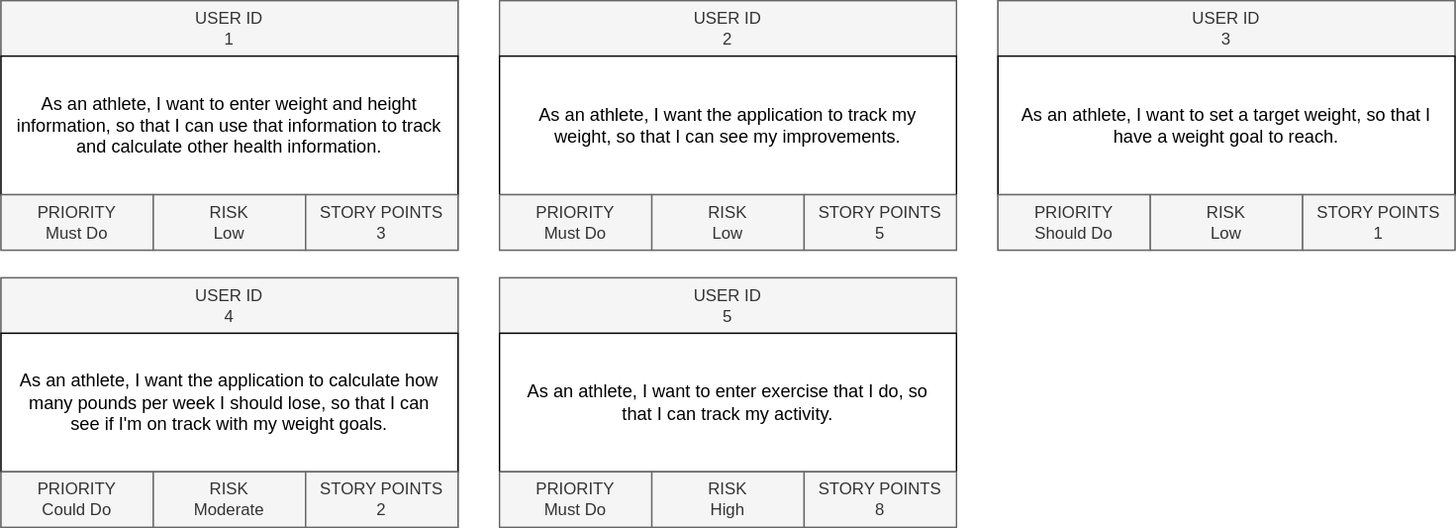
HenrikSamuelsson/course-introduction-to-software-product-management keeps this draw.io diagram as assignment-release-plan.svg. Above is the earlier version. Source tidied: cells renumbered, new cells last; positions are measured from the earlier drawing's top-left corner, leaving out a move shared by most shapes.
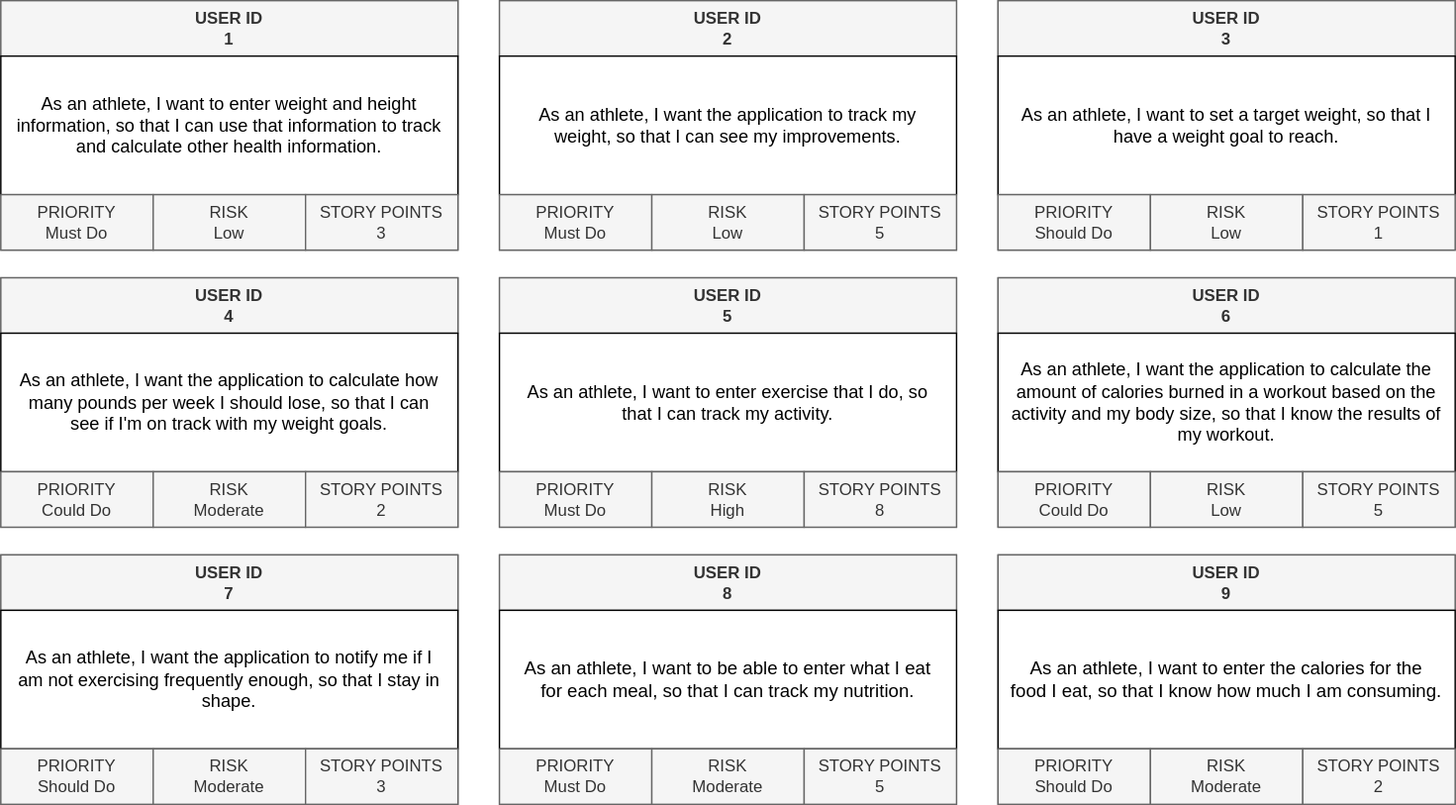
The same file after the commit.

Commit message:
Add more use case cards.

What changed in the source:
```diff
@@ -5,7 +5,7 @@
     <mxCell id="2" style="group;fillColor=#f5f5f5;fontColor=#333333;strokeColor=#666666;spacingLeft=8;spacingRight=8;" parent="1" vertex="1">
       <mxGeometry width="330" height="180" as="geometry" />
     </mxCell>
-    <mxCell id="3" value="USER ID &lt;br&gt;1" style="rounded=0;whiteSpace=wrap;html=1;fillColor=#f5f5f5;fontColor=#333333;strokeColor=#666666;spacingLeft=8;spacingRight=8;" parent="2" vertex="1">
+    <mxCell id="3" value="&lt;b&gt;USER ID &lt;br&gt;1&lt;/b&gt;" style="rounded=0;whiteSpace=wrap;html=1;fillColor=#f5f5f5;fontColor=#333333;strokeColor=#666666;spacingLeft=8;spacingRight=8;" parent="2" vertex="1">
       <mxGeometry width="330" height="40" as="geometry" />
     </mxCell>
     <mxCell id="4" value="&lt;span style=&quot;font-family: Arial; font-size: 13px; text-align: left; background-color: rgb(255, 255, 255);&quot;&gt;As an athlete, I want to enter weight and height information, so that I can use that information to track and calculate other health information.&lt;/span&gt;" style="rounded=0;whiteSpace=wrap;html=1;spacingLeft=8;spacingRight=8;" parent="2" vertex="1">
@@ -23,7 +23,7 @@
     <mxCell id="8" style="group;fillColor=#f5f5f5;fontColor=#333333;strokeColor=#666666;spacingLeft=8;spacingRight=8;" parent="1" vertex="1">
       <mxGeometry x="360" width="330" height="180" as="geometry" />
     </mxCell>
-    <mxCell id="9" value="USER ID &lt;br&gt;2" style="rounded=0;whiteSpace=wrap;html=1;fillColor=#f5f5f5;fontColor=#333333;strokeColor=#666666;align=center;spacingLeft=8;spacingRight=8;" parent="8" vertex="1">
+    <mxCell id="9" value="USER ID &lt;br&gt;2" style="rounded=0;whiteSpace=wrap;html=1;fillColor=#f5f5f5;fontColor=#333333;strokeColor=#666666;align=center;spacingLeft=8;spacingRight=8;fontStyle=1;" parent="8" vertex="1">
       <mxGeometry width="330" height="40" as="geometry" />
     </mxCell>
     <mxCell id="10" value="&lt;span style=&quot;font-family: Arial; font-size: 13px; text-align: left; background-color: rgb(255, 255, 255);&quot;&gt;As an athlete, I want the application to track my weight, so that I can see my improvements. &lt;/span&gt;" style="rounded=0;whiteSpace=wrap;html=1;spacingLeft=8;spacingRight=8;" parent="8" vertex="1">
@@ -41,7 +41,7 @@
     <mxCell id="14" style="group;fillColor=#f5f5f5;fontColor=#333333;strokeColor=#666666;spacingLeft=8;spacingRight=8;" parent="1" vertex="1">
       <mxGeometry x="720" width="330" height="180" as="geometry" />
     </mxCell>
-    <mxCell id="15" value="USER ID &lt;br&gt;3" style="rounded=0;whiteSpace=wrap;html=1;fillColor=#f5f5f5;fontColor=#333333;strokeColor=#666666;align=center;spacingLeft=8;spacingRight=8;" parent="14" vertex="1">
+    <mxCell id="15" value="USER ID &lt;br&gt;3" style="rounded=0;whiteSpace=wrap;html=1;fillColor=#f5f5f5;fontColor=#333333;strokeColor=#666666;align=center;spacingLeft=8;spacingRight=8;fontStyle=1;" parent="14" vertex="1">
       <mxGeometry width="330" height="40" as="geometry" />
     </mxCell>
     <mxCell id="16" value="&lt;span style=&quot;font-family: Arial; font-size: 13px; text-align: left; background-color: rgb(255, 255, 255);&quot;&gt;As an athlete, I want to set a target weight, so that I have a weight goal to reach. &lt;/span&gt;" style="rounded=0;whiteSpace=wrap;html=1;spacingLeft=8;spacingRight=8;" parent="14" vertex="1">
@@ -59,7 +59,7 @@
     <mxCell id="20" style="group;fillColor=#f5f5f5;fontColor=#333333;strokeColor=#666666;spacingLeft=8;spacingRight=8;" parent="1" vertex="1">
       <mxGeometry y="200" width="330" height="180" as="geometry" />
     </mxCell>
-    <mxCell id="21" value="USER ID &lt;br&gt;4" style="rounded=0;whiteSpace=wrap;html=1;fillColor=#f5f5f5;fontColor=#333333;strokeColor=#666666;align=center;spacingLeft=8;spacingRight=8;" parent="20" vertex="1">
+    <mxCell id="21" value="&lt;b&gt;USER ID &lt;br&gt;4&lt;/b&gt;" style="rounded=0;whiteSpace=wrap;html=1;fillColor=#f5f5f5;fontColor=#333333;strokeColor=#666666;align=center;spacingLeft=8;spacingRight=8;" parent="20" vertex="1">
       <mxGeometry width="330" height="40" as="geometry" />
     </mxCell>
     <mxCell id="22" value="&lt;span style=&quot;font-family: Arial; font-size: 13px; text-align: left; background-color: rgb(255, 255, 255);&quot;&gt;As an athlete, I want the application to calculate how many pounds per week I should lose, so that I can see if I'm on track with my weight goals.&lt;/span&gt;" style="rounded=0;whiteSpace=wrap;html=1;spacingLeft=8;spacingRight=8;" parent="20" vertex="1">
@@ -77,7 +77,7 @@
     <mxCell id="26" style="group;fillColor=#f5f5f5;fontColor=#333333;strokeColor=#666666;spacingLeft=8;spacingRight=8;" parent="1" vertex="1">
       <mxGeometry x="360" y="200" width="330" height="180" as="geometry" />
     </mxCell>
-    <mxCell id="27" value="USER ID &lt;br&gt;5" style="rounded=0;whiteSpace=wrap;html=1;fillColor=#f5f5f5;fontColor=#333333;strokeColor=#666666;align=center;spacingLeft=8;spacingRight=8;" parent="26" vertex="1">
+    <mxCell id="27" value="&lt;b&gt;USER ID &lt;br&gt;5&lt;/b&gt;" style="rounded=0;whiteSpace=wrap;html=1;fillColor=#f5f5f5;fontColor=#333333;strokeColor=#666666;align=center;spacingLeft=8;spacingRight=8;" parent="26" vertex="1">
       <mxGeometry width="330" height="40" as="geometry" />
     </mxCell>
     <mxCell id="28" value="&lt;span style=&quot;font-family: Arial; font-size: 13px; text-align: left; background-color: rgb(255, 255, 255);&quot;&gt;As an athlete, I want to enter exercise that I do, so that I can track my activity. &lt;/span&gt;" style="rounded=0;whiteSpace=wrap;html=1;spacingLeft=8;spacingRight=8;" parent="26" vertex="1">
@@ -92,5 +92,77 @@
     <mxCell id="31" value="STORY POINTS&lt;br&gt;8" style="rounded=0;whiteSpace=wrap;html=1;fillColor=#f5f5f5;fontColor=#333333;strokeColor=#666666;spacingLeft=8;spacingRight=8;" parent="26" vertex="1">
       <mxGeometry x="220" y="140" width="110" height="40" as="geometry" />
     </mxCell>
+    <mxCell id="32" style="group;fillColor=#f5f5f5;fontColor=#333333;strokeColor=#666666;spacingLeft=8;spacingRight=8;" parent="1" vertex="1">
+      <mxGeometry x="720" y="200" width="330" height="180" as="geometry" />
+    </mxCell>
+    <mxCell id="33" value="&lt;b&gt;USER ID &lt;br&gt;6&lt;br&gt;&lt;/b&gt;" style="rounded=0;whiteSpace=wrap;html=1;fillColor=#f5f5f5;fontColor=#333333;strokeColor=#666666;align=center;spacingLeft=8;spacingRight=8;" parent="32" vertex="1">
+      <mxGeometry width="330" height="40" as="geometry" />
+    </mxCell>
+    <mxCell id="34" value="&lt;span style=&quot;font-family: Arial; font-size: 13px; text-align: left; background-color: rgb(255, 255, 255);&quot;&gt;As an athlete, I want the application to calculate the amount of calories burned in a workout based on the activity and my body size, so that I know the results of my workout. &lt;/span&gt;" style="rounded=0;whiteSpace=wrap;html=1;spacingLeft=8;spacingRight=8;" parent="32" vertex="1">
+      <mxGeometry y="40" width="330" height="100" as="geometry" />
+    </mxCell>
+    <mxCell id="35" value="PRIORITY&lt;br&gt;Could Do" style="rounded=0;whiteSpace=wrap;html=1;fillColor=#f5f5f5;fontColor=#333333;strokeColor=#666666;spacingLeft=8;spacingRight=8;" parent="32" vertex="1">
+      <mxGeometry y="140" width="110" height="40" as="geometry" />
+    </mxCell>
+    <mxCell id="36" value="RISK&lt;br&gt;Low" style="rounded=0;whiteSpace=wrap;html=1;fillColor=#f5f5f5;fontColor=#333333;strokeColor=#666666;spacingLeft=8;spacingRight=8;" parent="32" vertex="1">
+      <mxGeometry x="110" y="140" width="110" height="40" as="geometry" />
+    </mxCell>
+    <mxCell id="37" value="STORY POINTS&lt;br&gt;5" style="rounded=0;whiteSpace=wrap;html=1;fillColor=#f5f5f5;fontColor=#333333;strokeColor=#666666;spacingLeft=8;spacingRight=8;" parent="32" vertex="1">
+      <mxGeometry x="220" y="140" width="110" height="40" as="geometry" />
+    </mxCell>
+    <mxCell id="38" style="group;fillColor=#f5f5f5;fontColor=#333333;strokeColor=#666666;spacingLeft=8;spacingRight=8;" parent="1" vertex="1">
+      <mxGeometry y="400" width="330" height="180" as="geometry" />
+    </mxCell>
+    <mxCell id="39" value="&lt;b&gt;USER ID &lt;br&gt;7&lt;br&gt;&lt;/b&gt;" style="rounded=0;whiteSpace=wrap;html=1;fillColor=#f5f5f5;fontColor=#333333;strokeColor=#666666;align=center;spacingLeft=8;spacingRight=8;" parent="38" vertex="1">
+      <mxGeometry width="330" height="40" as="geometry" />
+    </mxCell>
+    <mxCell id="40" value="&lt;span style=&quot;font-family: Arial; font-size: 13px; text-align: left; background-color: rgb(255, 255, 255);&quot;&gt;As an athlete, I want the application to notify me if I am not exercising frequently enough, so that I stay in shape.&lt;/span&gt;" style="rounded=0;whiteSpace=wrap;html=1;spacingLeft=8;spacingRight=8;" parent="38" vertex="1">
+      <mxGeometry y="40" width="330" height="100" as="geometry" />
+    </mxCell>
+    <mxCell id="41" value="PRIORITY&lt;br&gt;Should Do" style="rounded=0;whiteSpace=wrap;html=1;fillColor=#f5f5f5;fontColor=#333333;strokeColor=#666666;spacingLeft=8;spacingRight=8;" parent="38" vertex="1">
+      <mxGeometry y="140" width="110" height="40" as="geometry" />
+    </mxCell>
+    <mxCell id="42" value="RISK&lt;br&gt;Moderate" style="rounded=0;whiteSpace=wrap;html=1;fillColor=#f5f5f5;fontColor=#333333;strokeColor=#666666;spacingLeft=8;spacingRight=8;" parent="38" vertex="1">
+      <mxGeometry x="110" y="140" width="110" height="40" as="geometry" />
+    </mxCell>
+    <mxCell id="43" value="STORY POINTS&lt;br&gt;3" style="rounded=0;whiteSpace=wrap;html=1;fillColor=#f5f5f5;fontColor=#333333;strokeColor=#666666;spacingLeft=8;spacingRight=8;" parent="38" vertex="1">
+      <mxGeometry x="220" y="140" width="110" height="40" as="geometry" />
+    </mxCell>
+    <mxCell id="44" style="group;fillColor=#f5f5f5;fontColor=#333333;strokeColor=#666666;spacingLeft=8;spacingRight=8;" parent="1" vertex="1">
+      <mxGeometry x="360" y="400" width="330" height="180" as="geometry" />
+    </mxCell>
+    <mxCell id="45" value="&lt;b&gt;USER ID &lt;br&gt;8&lt;br&gt;&lt;/b&gt;" style="rounded=0;whiteSpace=wrap;html=1;fillColor=#f5f5f5;fontColor=#333333;strokeColor=#666666;align=center;spacingLeft=8;spacingRight=8;" parent="44" vertex="1">
+      <mxGeometry width="330" height="40" as="geometry" />
+    </mxCell>
+    <mxCell id="46" value="&lt;span style=&quot;text-align: start; font-size: 10pt; font-family: Arial;&quot; data-sheets-userformat=&quot;{&amp;quot;2&amp;quot;:12605,&amp;quot;3&amp;quot;:{&amp;quot;1&amp;quot;:0,&amp;quot;3&amp;quot;:1},&amp;quot;5&amp;quot;:{&amp;quot;1&amp;quot;:[{&amp;quot;1&amp;quot;:2,&amp;quot;2&amp;quot;:0,&amp;quot;5&amp;quot;:{&amp;quot;1&amp;quot;:2,&amp;quot;2&amp;quot;:15921906}},{&amp;quot;1&amp;quot;:0,&amp;quot;2&amp;quot;:0,&amp;quot;3&amp;quot;:3},{&amp;quot;1&amp;quot;:1,&amp;quot;2&amp;quot;:0,&amp;quot;4&amp;quot;:1}]},&amp;quot;6&amp;quot;:{&amp;quot;1&amp;quot;:[{&amp;quot;1&amp;quot;:2,&amp;quot;2&amp;quot;:0,&amp;quot;5&amp;quot;:{&amp;quot;1&amp;quot;:2,&amp;quot;2&amp;quot;:15921906}},{&amp;quot;1&amp;quot;:0,&amp;quot;2&amp;quot;:0,&amp;quot;3&amp;quot;:3},{&amp;quot;1&amp;quot;:1,&amp;quot;2&amp;quot;:0,&amp;quot;4&amp;quot;:1}]},&amp;quot;7&amp;quot;:{&amp;quot;1&amp;quot;:[{&amp;quot;1&amp;quot;:2,&amp;quot;2&amp;quot;:0,&amp;quot;5&amp;quot;:{&amp;quot;1&amp;quot;:2,&amp;quot;2&amp;quot;:0}},{&amp;quot;1&amp;quot;:0,&amp;quot;2&amp;quot;:0,&amp;quot;3&amp;quot;:3},{&amp;quot;1&amp;quot;:1,&amp;quot;2&amp;quot;:0,&amp;quot;4&amp;quot;:1}]},&amp;quot;8&amp;quot;:{&amp;quot;1&amp;quot;:[{&amp;quot;1&amp;quot;:2,&amp;quot;2&amp;quot;:0,&amp;quot;5&amp;quot;:{&amp;quot;1&amp;quot;:2,&amp;quot;2&amp;quot;:0}},{&amp;quot;1&amp;quot;:0,&amp;quot;2&amp;quot;:0,&amp;quot;3&amp;quot;:3},{&amp;quot;1&amp;quot;:1,&amp;quot;2&amp;quot;:0,&amp;quot;4&amp;quot;:1}]},&amp;quot;11&amp;quot;:4,&amp;quot;15&amp;quot;:&amp;quot;Arial&amp;quot;,&amp;quot;16&amp;quot;:10}&quot;&gt;As an athlete, I want to be able to enter what I eat for each meal, so that I can track my nutrition.&lt;/span&gt;" style="rounded=0;whiteSpace=wrap;html=1;spacingLeft=8;spacingRight=8;" parent="44" vertex="1">
+      <mxGeometry y="40" width="330" height="100" as="geometry" />
+    </mxCell>
+    <mxCell id="47" value="PRIORITY&lt;br&gt;Must Do" style="rounded=0;whiteSpace=wrap;html=1;fillColor=#f5f5f5;fontColor=#333333;strokeColor=#666666;spacingLeft=8;spacingRight=8;" parent="44" vertex="1">
+      <mxGeometry y="140" width="110" height="40" as="geometry" />
+    </mxCell>
+    <mxCell id="48" value="RISK&lt;br&gt;Moderate" style="rounded=0;whiteSpace=wrap;html=1;fillColor=#f5f5f5;fontColor=#333333;strokeColor=#666666;spacingLeft=8;spacingRight=8;" parent="44" vertex="1">
+      <mxGeometry x="110" y="140" width="110" height="40" as="geometry" />
+    </mxCell>
+    <mxCell id="49" value="STORY POINTS&lt;br&gt;5" style="rounded=0;whiteSpace=wrap;html=1;fillColor=#f5f5f5;fontColor=#333333;strokeColor=#666666;spacingLeft=8;spacingRight=8;" parent="44" vertex="1">
+      <mxGeometry x="220" y="140" width="110" height="40" as="geometry" />
+    </mxCell>
+    <mxCell id="50" style="group;fillColor=#f5f5f5;fontColor=#333333;strokeColor=#666666;spacingLeft=8;spacingRight=8;" parent="1" vertex="1">
+      <mxGeometry x="720" y="400" width="330" height="180" as="geometry" />
+    </mxCell>
+    <mxCell id="51" value="&lt;b&gt;USER ID &lt;br&gt;9&lt;br&gt;&lt;/b&gt;" style="rounded=0;whiteSpace=wrap;html=1;fillColor=#f5f5f5;fontColor=#333333;strokeColor=#666666;align=center;spacingLeft=8;spacingRight=8;" parent="50" vertex="1">
+      <mxGeometry width="330" height="40" as="geometry" />
+    </mxCell>
+    <mxCell id="52" value="&lt;span style=&quot;text-align: start; font-size: 10pt; font-family: Arial;&quot; data-sheets-userformat=&quot;{&amp;quot;2&amp;quot;:12605,&amp;quot;3&amp;quot;:{&amp;quot;1&amp;quot;:0,&amp;quot;3&amp;quot;:1},&amp;quot;5&amp;quot;:{&amp;quot;1&amp;quot;:[{&amp;quot;1&amp;quot;:2,&amp;quot;2&amp;quot;:0,&amp;quot;5&amp;quot;:{&amp;quot;1&amp;quot;:2,&amp;quot;2&amp;quot;:15921906}},{&amp;quot;1&amp;quot;:0,&amp;quot;2&amp;quot;:0,&amp;quot;3&amp;quot;:3},{&amp;quot;1&amp;quot;:1,&amp;quot;2&amp;quot;:0,&amp;quot;4&amp;quot;:1}]},&amp;quot;6&amp;quot;:{&amp;quot;1&amp;quot;:[{&amp;quot;1&amp;quot;:2,&amp;quot;2&amp;quot;:0,&amp;quot;5&amp;quot;:{&amp;quot;1&amp;quot;:2,&amp;quot;2&amp;quot;:15921906}},{&amp;quot;1&amp;quot;:0,&amp;quot;2&amp;quot;:0,&amp;quot;3&amp;quot;:3},{&amp;quot;1&amp;quot;:1,&amp;quot;2&amp;quot;:0,&amp;quot;4&amp;quot;:1}]},&amp;quot;7&amp;quot;:{&amp;quot;1&amp;quot;:[{&amp;quot;1&amp;quot;:2,&amp;quot;2&amp;quot;:0,&amp;quot;5&amp;quot;:{&amp;quot;1&amp;quot;:2,&amp;quot;2&amp;quot;:0}},{&amp;quot;1&amp;quot;:0,&amp;quot;2&amp;quot;:0,&amp;quot;3&amp;quot;:3},{&amp;quot;1&amp;quot;:1,&amp;quot;2&amp;quot;:0,&amp;quot;4&amp;quot;:1}]},&amp;quot;8&amp;quot;:{&amp;quot;1&amp;quot;:[{&amp;quot;1&amp;quot;:2,&amp;quot;2&amp;quot;:0,&amp;quot;5&amp;quot;:{&amp;quot;1&amp;quot;:2,&amp;quot;2&amp;quot;:0}},{&amp;quot;1&amp;quot;:0,&amp;quot;2&amp;quot;:0,&amp;quot;3&amp;quot;:3},{&amp;quot;1&amp;quot;:1,&amp;quot;2&amp;quot;:0,&amp;quot;4&amp;quot;:1}]},&amp;quot;11&amp;quot;:4,&amp;quot;15&amp;quot;:&amp;quot;Arial&amp;quot;,&amp;quot;16&amp;quot;:10}&quot;&gt;As an athlete, I want to enter the calories for the food I eat, so that I know how much I am consuming.&lt;/span&gt;" style="rounded=0;whiteSpace=wrap;html=1;spacingLeft=8;spacingRight=8;" parent="50" vertex="1">
+      <mxGeometry y="40" width="330" height="100" as="geometry" />
+    </mxCell>
+    <mxCell id="53" value="PRIORITY&lt;br&gt;Should Do" style="rounded=0;whiteSpace=wrap;html=1;fillColor=#f5f5f5;fontColor=#333333;strokeColor=#666666;spacingLeft=8;spacingRight=8;" parent="50" vertex="1">
+      <mxGeometry y="140" width="110" height="40" as="geometry" />
+    </mxCell>
+    <mxCell id="54" value="RISK&lt;br&gt;Moderate" style="rounded=0;whiteSpace=wrap;html=1;fillColor=#f5f5f5;fontColor=#333333;strokeColor=#666666;spacingLeft=8;spacingRight=8;" parent="50" vertex="1">
+      <mxGeometry x="110" y="140" width="110" height="40" as="geometry" />
+    </mxCell>
+    <mxCell id="55" value="STORY POINTS&lt;br&gt;2" style="rounded=0;whiteSpace=wrap;html=1;fillColor=#f5f5f5;fontColor=#333333;strokeColor=#666666;spacingLeft=8;spacingRight=8;" parent="50" vertex="1">
+      <mxGeometry x="220" y="140" width="110" height="40" as="geometry" />
+    </mxCell>
   </root>
 </mxGraphModel>
```
